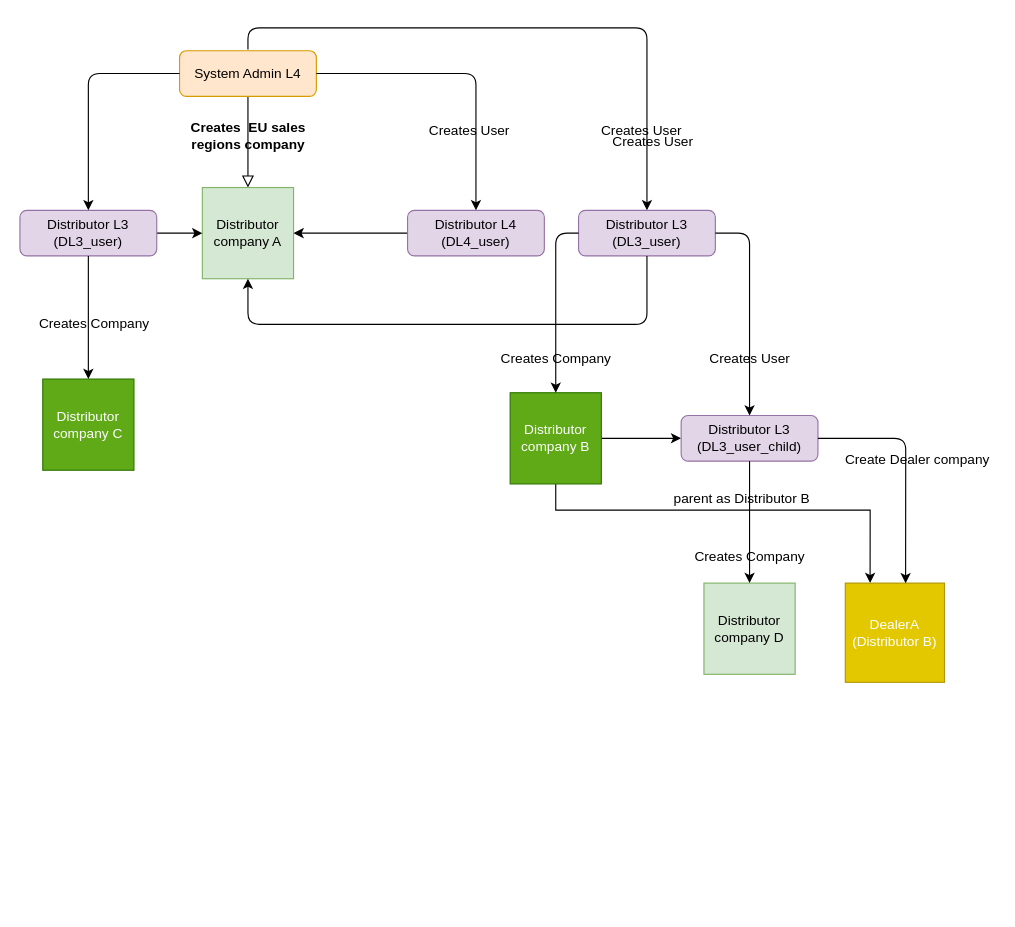
venkatnr/Account keeps this draw.io diagram as app/models/Untitled Diagram.drawio. Above is the earlier version. Source tidied: cells renumbered, new cells numbered last; positions are measured from the earlier drawing's top-left corner, leaving out a move shared by most shapes. Both pictures are drawn from the tidied source at 114%, with x=0, y=0 at pixel (19, 27).
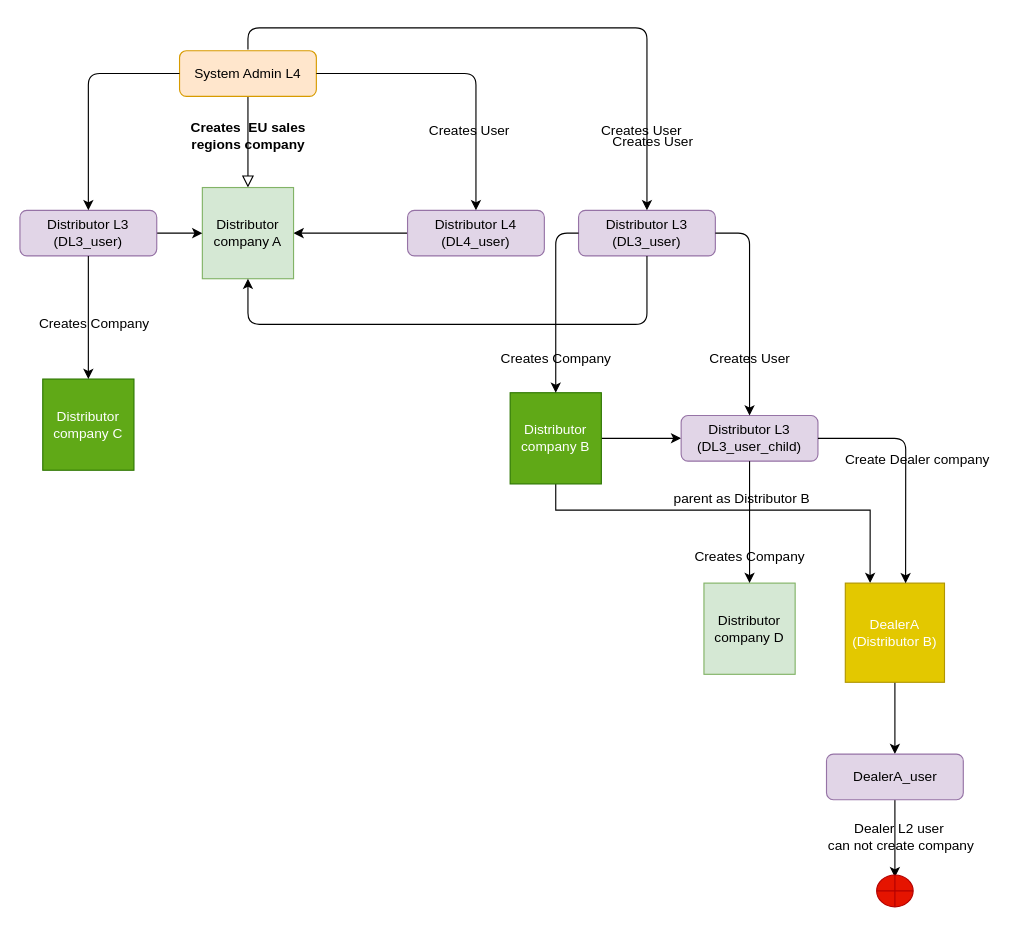
After the change.

Unchanged cells that the change refers to:
```xml
<mxCell id="34" value="DealerA &lt;br&gt;(Distributor B)" style="whiteSpace=wrap;html=1;fillColor=#e3c800;strokeColor=#B09500;fontColor=#ffffff;" parent="1" vertex="1">
  <mxGeometry x="724" y="487" width="87" height="87" as="geometry" />
</mxCell>
```

What changed in the source:
```diff
@@
+    <mxCell id="38" style="edgeStyle=orthogonalEdgeStyle;rounded=0;jettySize=auto;html=1;entryX=0.5;entryY=0;entryDx=0;entryDy=0;" parent="1" edge="1" source="34" target="40">
+      <mxGeometry relative="1" as="geometry" />
+    </mxCell>
@@
+    <mxCell id="39" style="edgeStyle=orthogonalEdgeStyle;rounded=0;jettySize=auto;html=1;entryX=0.5;entryY=0.071;entryDx=0;entryDy=0;entryPerimeter=0;" parent="1" edge="1" source="40" target="41">
+      <mxGeometry relative="1" as="geometry" />
+    </mxCell>
+    <mxCell id="40" value="DealerA_user" style="rounded=1;whiteSpace=wrap;html=1;fontSize=12;glass=0;strokeWidth=1;shadow=0;fillColor=#e1d5e7;strokeColor=#9673a6;" parent="1" vertex="1">
+      <mxGeometry x="707.5" y="637" width="120" height="40" as="geometry" />
+    </mxCell>
+    <mxCell id="41" style="shape=orEllipse;perimeter=ellipsePerimeter;whiteSpace=wrap;html=1;backgroundOutline=1;fillColor=#e51400;strokeColor=#B20000;fontColor=#ffffff;" parent="1" vertex="1">
+      <mxGeometry x="751.5" y="743" width="32" height="28" as="geometry" />
+    </mxCell>
+    <mxCell id="42" value="Dealer L2 user&lt;br&gt;&amp;nbsp;can not create company" style="text;html=1;align=center;verticalAlign=middle;" parent="1" vertex="1">
+      <mxGeometry x="700" y="694" width="141" height="32" as="geometry" />
+    </mxCell>
```
